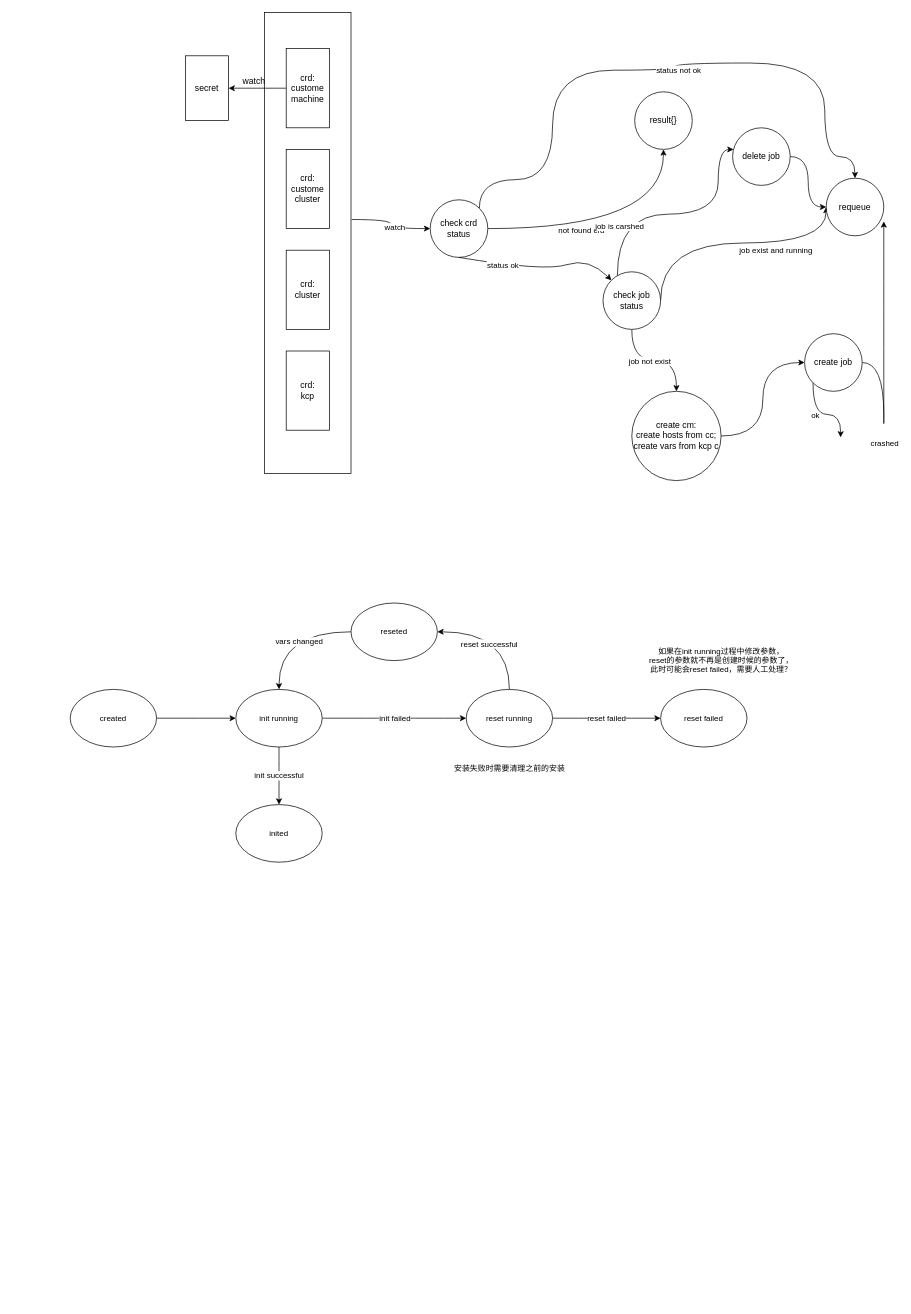
Above: 未命名绘图.drawio in Xieql/kurator (draw.io), before the change. Source tidied: cells renumbered, new cells numbered last; positions are measured from the earlier drawing's top-left corner, leaving out a move shared by most shapes. Both pictures are drawn from the tidied source at 72%, with x=0, y=0 at pixel (70, 12).
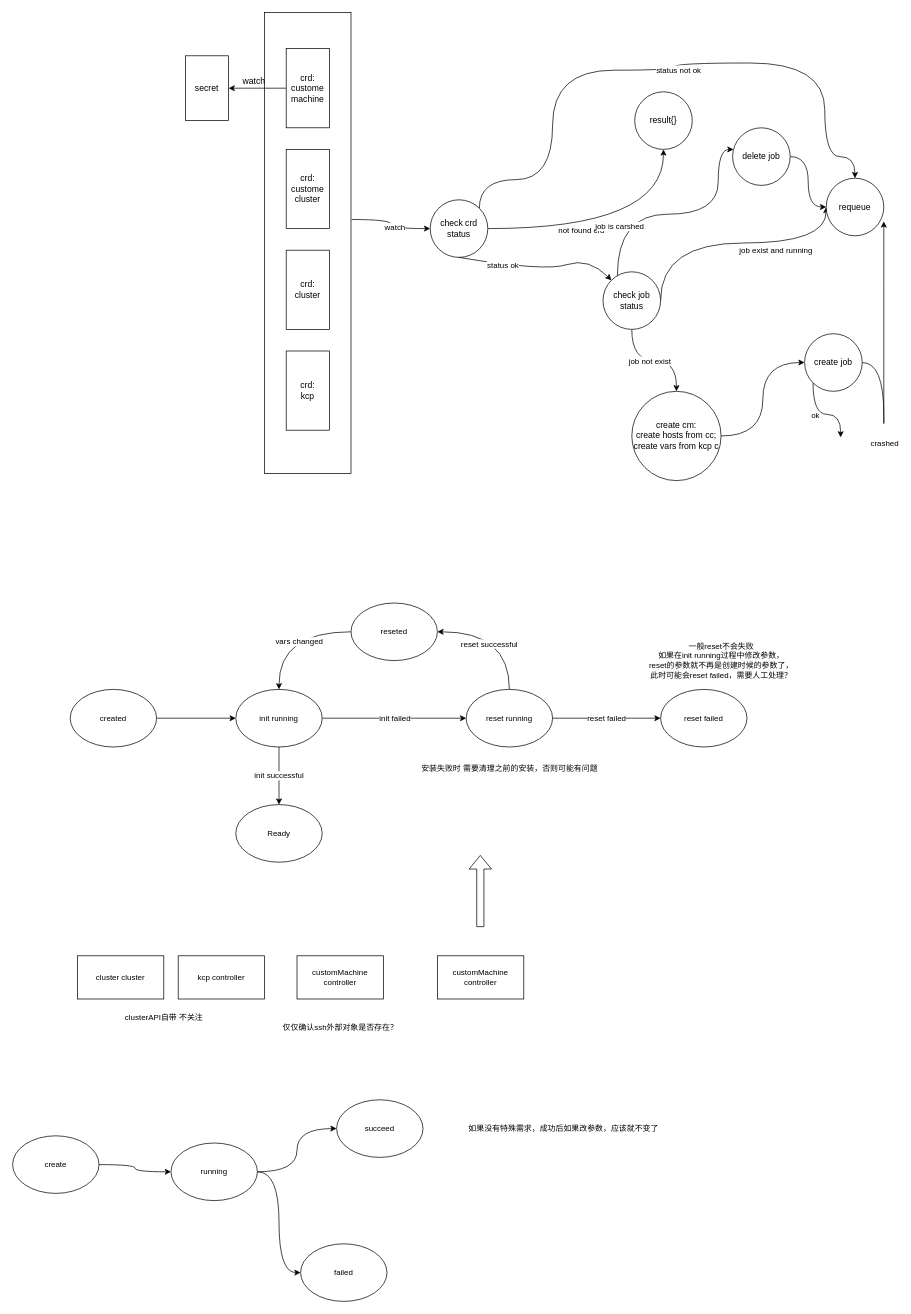
The same diagram, later.

Commit message:
更新未命名绘图.drawio

Change to the diagram source:
```diff
@@
-    <mxCell id="47" value="inited" style="ellipse;whiteSpace=wrap;html=1;fontFamily=Helvetica;fontSize=11;fontColor=default;" parent="1" vertex="1">
+    <mxCell id="47" value="Ready" style="ellipse;whiteSpace=wrap;html=1;fontFamily=Helvetica;fontSize=11;fontColor=default;" parent="1" vertex="1">
       <mxGeometry x="230" y="1100" width="120" height="80" as="geometry" />
     </mxCell>
@@
-    <mxCell id="49" value="如果在init running过程中修改参数，&lt;br&gt;reset的参数就不再是创建时候的参数了，&lt;br&gt;此时可能会reset failed，需要人工处理？" style="text;html=1;align=center;verticalAlign=middle;strokeColor=none;fillColor=none;fontSize=11;fontFamily=Helvetica;fontColor=default;" parent="1" vertex="1">
-      <mxGeometry x="784" y="870" width="240" height="60" as="geometry" />
+    <mxCell id="49" value="一般reset不会失败&lt;br&gt;如果在init running过程中修改参数，&lt;br&gt;reset的参数就不再是创建时候的参数了，&lt;br&gt;此时可能会reset failed，需要人工处理？" style="text;html=1;align=center;verticalAlign=middle;strokeColor=none;fillColor=none;fontSize=11;fontFamily=Helvetica;fontColor=default;" parent="1" vertex="1">
+      <mxGeometry x="784" y="865" width="240" height="70" as="geometry" />
     </mxCell>
@@
-    <mxCell id="53" value="安装失败时需要清理之前的安装" style="text;html=1;align=center;verticalAlign=middle;strokeColor=none;fillColor=none;fontSize=11;fontFamily=Helvetica;fontColor=default;" parent="1" vertex="1">
-      <mxGeometry x="515" y="1035" width="190" height="30" as="geometry" />
+    <mxCell id="53" value="安装失败时 需要清理之前的安装，否则可能有问题&lt;br&gt;" style="text;html=1;align=center;verticalAlign=middle;strokeColor=none;fillColor=none;fontSize=11;fontFamily=Helvetica;fontColor=default;" parent="1" vertex="1">
+      <mxGeometry x="465" y="1035" width="290" height="30" as="geometry" />
     </mxCell>
+    <mxCell id="54" value="cluster cluster" style="whiteSpace=wrap;html=1;fontFamily=Helvetica;fontSize=11;fontColor=default;" parent="1" vertex="1">
+      <mxGeometry x="10" y="1310" width="120" height="60" as="geometry" />
+    </mxCell>
+    <mxCell id="55" value="kcp controller" style="whiteSpace=wrap;html=1;fontFamily=Helvetica;fontSize=11;fontColor=default;" parent="1" vertex="1">
+      <mxGeometry x="150" y="1310" width="120" height="60" as="geometry" />
+    </mxCell>
+    <mxCell id="56" value="clusterAPI自带 不关注" style="text;html=1;align=center;verticalAlign=middle;strokeColor=none;fillColor=none;fontSize=11;fontFamily=Helvetica;fontColor=default;" parent="1" vertex="1">
+      <mxGeometry x="60" y="1380" width="140" height="30" as="geometry" />
+    </mxCell>
+    <mxCell id="57" value="customMachine controller" style="whiteSpace=wrap;html=1;fontFamily=Helvetica;fontSize=11;fontColor=default;" parent="1" vertex="1">
+      <mxGeometry x="315" y="1310" width="120" height="60" as="geometry" />
+    </mxCell>
+    <mxCell id="58" value="仅仅确认ssh外部对象是否存在？" style="text;html=1;align=center;verticalAlign=middle;strokeColor=none;fillColor=none;fontSize=11;fontFamily=Helvetica;fontColor=default;" parent="1" vertex="1">
+      <mxGeometry x="275" y="1395" width="200" height="30" as="geometry" />
+    </mxCell>
+    <mxCell id="59" value="customMachine controller" style="whiteSpace=wrap;html=1;fontFamily=Helvetica;fontSize=11;fontColor=default;" parent="1" vertex="1">
+      <mxGeometry x="510" y="1310" width="120" height="60" as="geometry" />
+    </mxCell>
+    <mxCell id="60" style="shape=flexArrow;endArrow=classic;html=1;rounded=0;labelBackgroundColor=default;strokeColor=default;fontFamily=Helvetica;fontSize=11;fontColor=default;curved=1;" parent="1" edge="1">
+      <mxGeometry relative="1" as="geometry">
+        <mxPoint x="569.6" y="1270" as="sourcePoint" />
+        <mxPoint x="569.6" y="1170" as="targetPoint" />
+      </mxGeometry>
+    </mxCell>
+    <mxCell id="61" style="edgeStyle=orthogonalEdgeStyle;shape=connector;curved=1;rounded=0;jettySize=auto;html=1;labelBackgroundColor=default;strokeColor=default;fontFamily=Helvetica;fontSize=11;fontColor=default;endArrow=classic;" parent="1" edge="1" source="62" target="65">
+      <mxGeometry relative="1" as="geometry" />
+    </mxCell>
+    <mxCell id="62" value="create" style="ellipse;whiteSpace=wrap;html=1;fontFamily=Helvetica;fontSize=11;fontColor=default;" parent="1" vertex="1">
+      <mxGeometry x="-80" y="1560" width="120" height="80" as="geometry" />
+    </mxCell>
+    <mxCell id="63" style="edgeStyle=orthogonalEdgeStyle;shape=connector;curved=1;rounded=0;jettySize=auto;html=1;labelBackgroundColor=default;strokeColor=default;fontFamily=Helvetica;fontSize=11;fontColor=default;endArrow=classic;" parent="1" edge="1" source="65" target="66">
+      <mxGeometry relative="1" as="geometry" />
+    </mxCell>
+    <mxCell id="64" style="edgeStyle=orthogonalEdgeStyle;shape=connector;curved=1;rounded=0;jettySize=auto;html=1;entryX=0;entryY=0.5;entryDx=0;entryDy=0;labelBackgroundColor=default;strokeColor=default;fontFamily=Helvetica;fontSize=11;fontColor=default;endArrow=classic;" parent="1" edge="1" source="65" target="67">
+      <mxGeometry relative="1" as="geometry" />
+    </mxCell>
+    <mxCell id="65" value="running" style="ellipse;whiteSpace=wrap;html=1;fontFamily=Helvetica;fontSize=11;fontColor=default;" parent="1" vertex="1">
+      <mxGeometry x="140" y="1570" width="120" height="80" as="geometry" />
+    </mxCell>
+    <mxCell id="66" value="succeed" style="ellipse;whiteSpace=wrap;html=1;fontFamily=Helvetica;fontSize=11;fontColor=default;" parent="1" vertex="1">
+      <mxGeometry x="370" y="1510" width="120" height="80" as="geometry" />
+    </mxCell>
+    <mxCell id="67" value="failed" style="ellipse;whiteSpace=wrap;html=1;fontFamily=Helvetica;fontSize=11;fontColor=default;" parent="1" vertex="1">
+      <mxGeometry x="320" y="1710" width="120" height="80" as="geometry" />
+    </mxCell>
+    <mxCell id="68" value="如果没有特殊需求，成功后如果改参数，应该就不变了" style="text;html=1;align=center;verticalAlign=middle;strokeColor=none;fillColor=none;fontSize=11;fontFamily=Helvetica;fontColor=default;" parent="1" vertex="1">
+      <mxGeometry x="530" y="1535" width="310" height="30" as="geometry" />
+    </mxCell>
```
